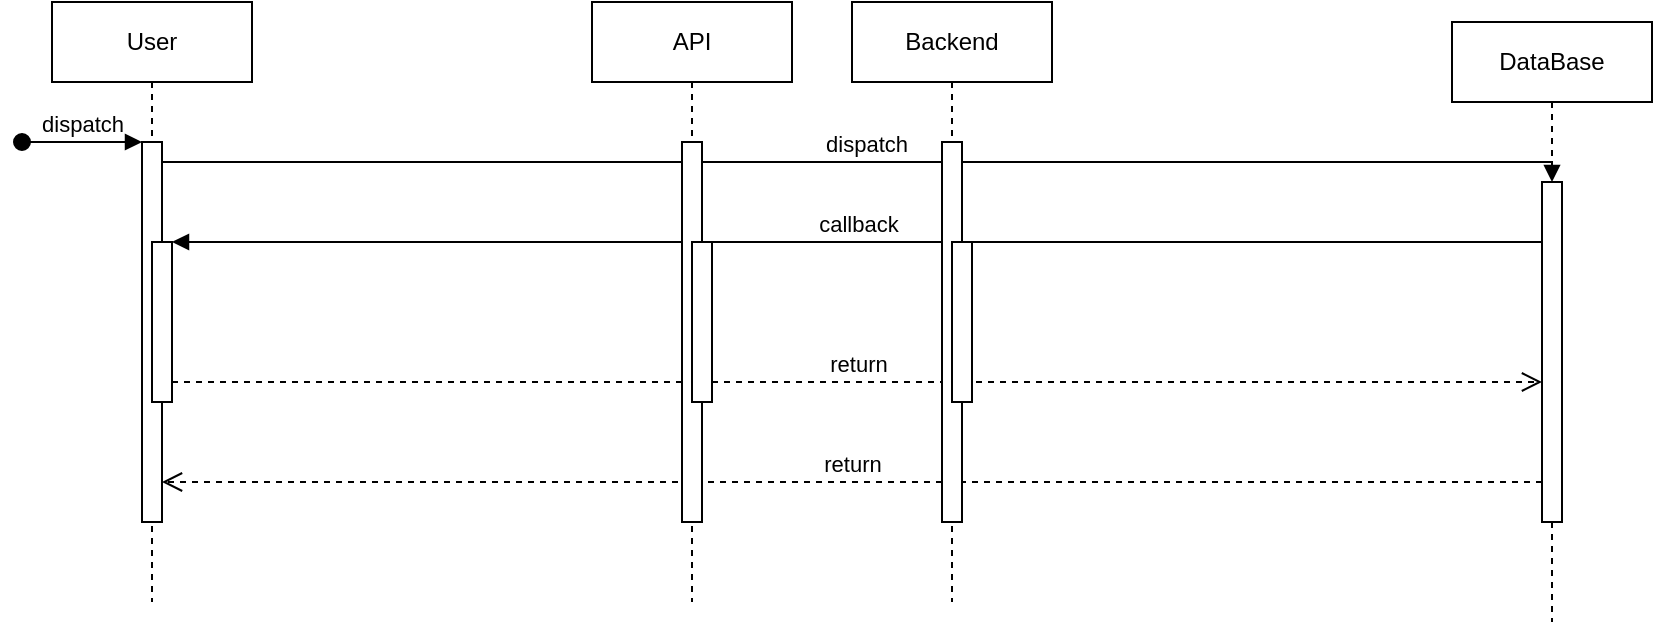
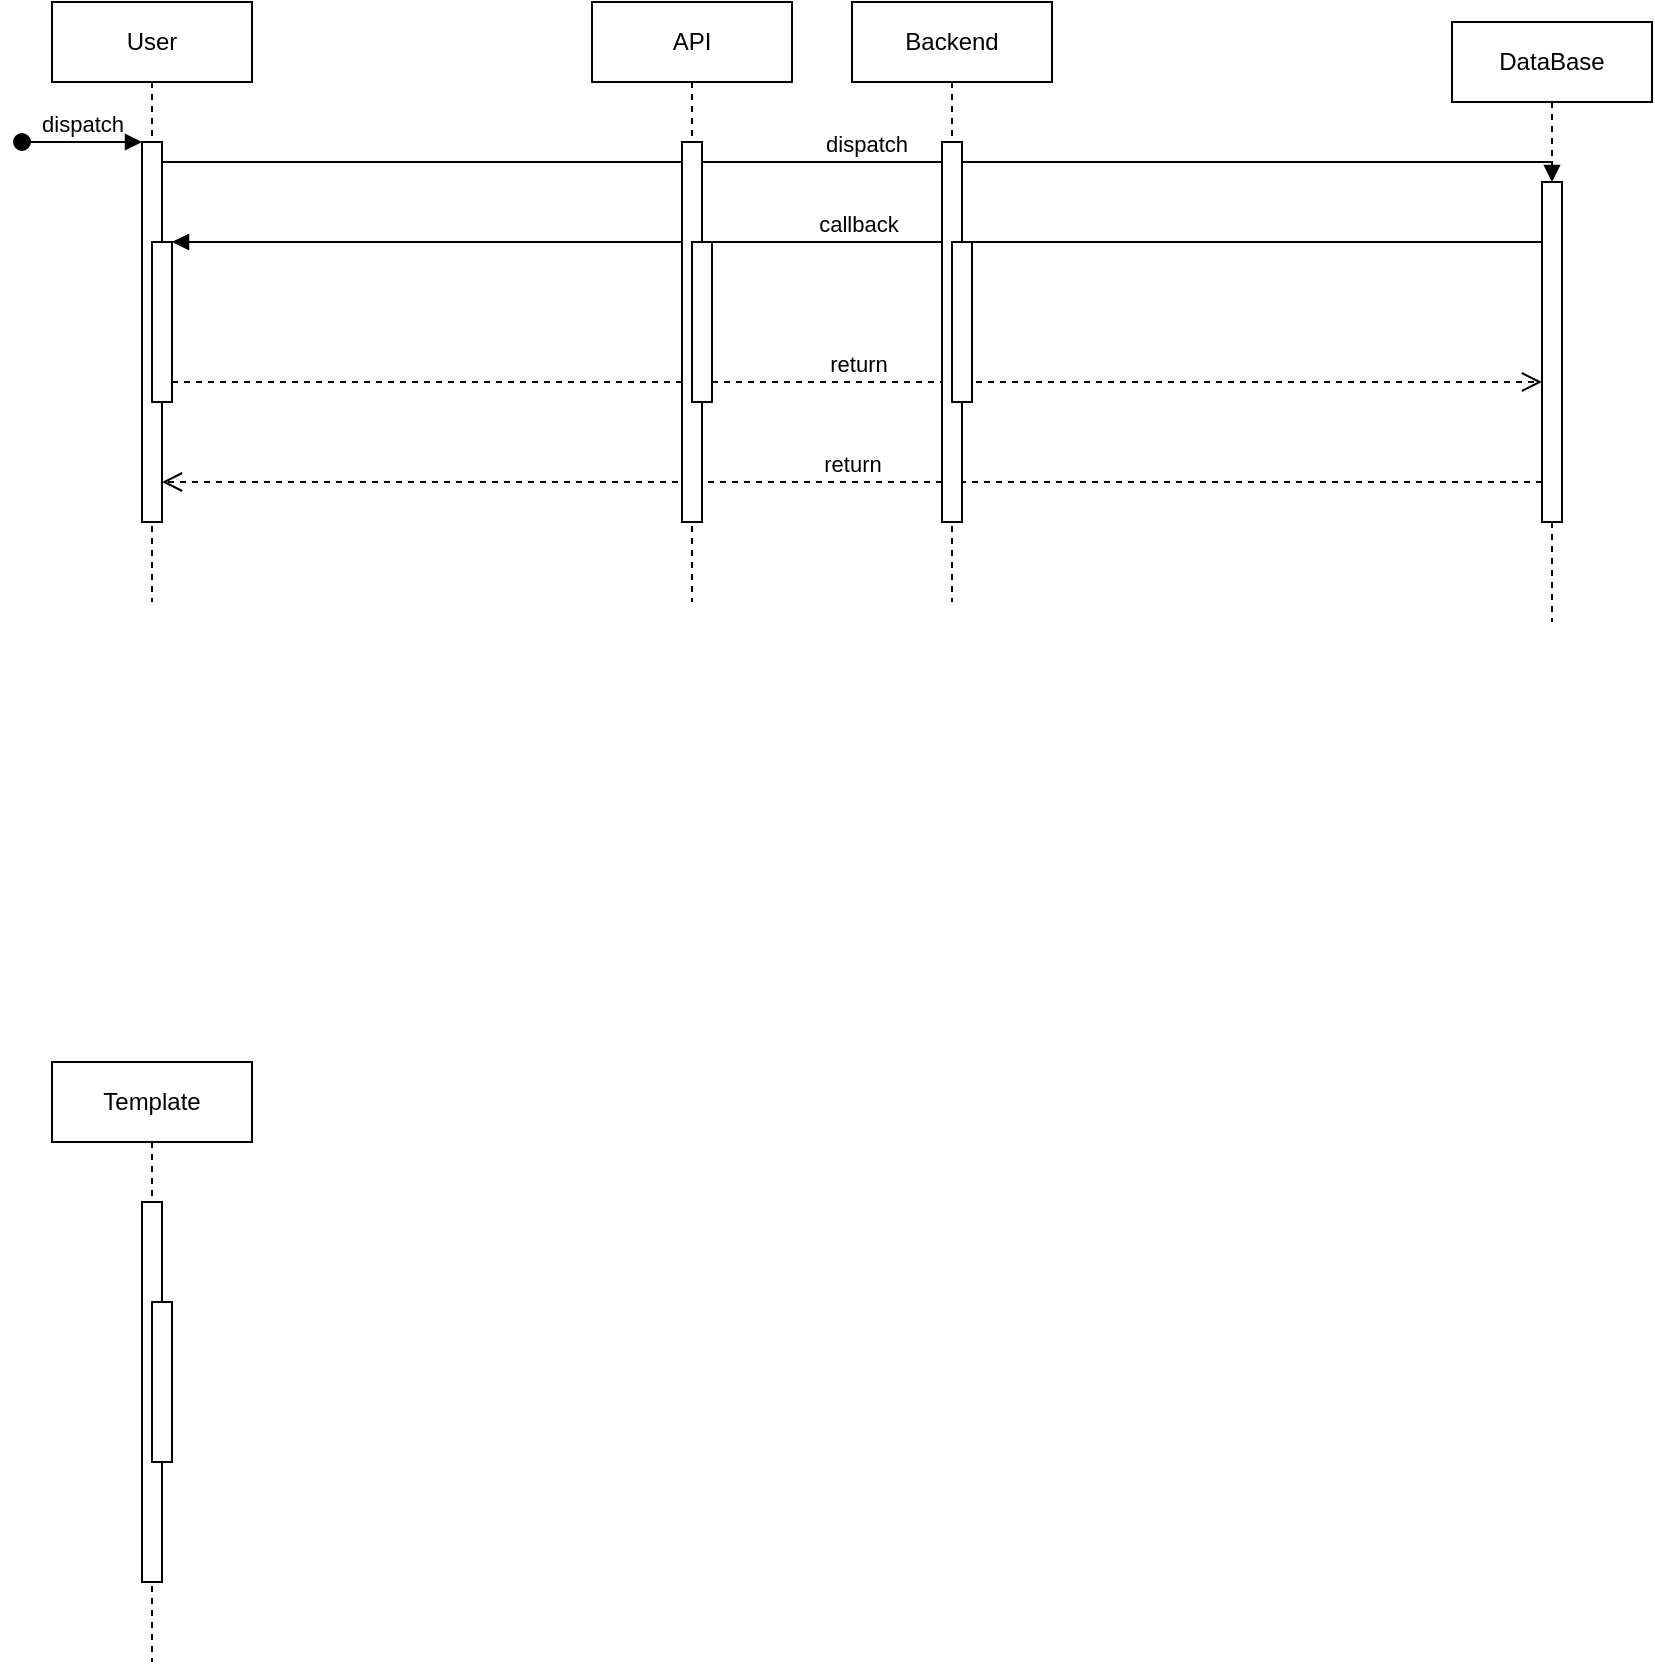
<mxfile host="app.diagrams.net" agent="5.0 (Macintosh; Intel Mac OS X 10_15_7) AppleWebKit/537.36 (KHTML, like Gecko) Chrome/109.0.0.0 Safari/537.36">
  <diagram name="Page-1" id="2YBvvXClWsGukQMizWep">
    <mxGraphModel dx="1174" dy="429" grid="1" gridSize="10" guides="1" tooltips="1" connect="1" arrows="1" fold="1" page="1" pageScale="1" pageWidth="850" pageHeight="1100" math="0" shadow="0">
      <root>
        <mxCell id="0" />
        <mxCell id="1" parent="0" />
        <mxCell id="aM9ryv3xv72pqoxQDRHE-1" parent="1" style="shape=umlLifeline;perimeter=lifelinePerimeter;whiteSpace=wrap;html=1;container=0;dropTarget=0;collapsible=0;recursiveResize=0;outlineConnect=0;portConstraint=eastwest;newEdgeStyle={&quot;edgeStyle&quot;:&quot;elbowEdgeStyle&quot;,&quot;elbow&quot;:&quot;vertical&quot;,&quot;curved&quot;:0,&quot;rounded&quot;:0};" value="User" vertex="1">
          <mxGeometry height="300" width="100" x="40" y="40" as="geometry" />
        </mxCell>
        <mxCell id="aM9ryv3xv72pqoxQDRHE-2" parent="aM9ryv3xv72pqoxQDRHE-1" style="html=1;points=[];perimeter=orthogonalPerimeter;outlineConnect=0;targetShapes=umlLifeline;portConstraint=eastwest;newEdgeStyle={&quot;edgeStyle&quot;:&quot;elbowEdgeStyle&quot;,&quot;elbow&quot;:&quot;vertical&quot;,&quot;curved&quot;:0,&quot;rounded&quot;:0};" value="" vertex="1">
          <mxGeometry height="190" width="10" x="45" y="70" as="geometry" />
        </mxCell>
        <mxCell id="aM9ryv3xv72pqoxQDRHE-3" edge="1" parent="aM9ryv3xv72pqoxQDRHE-1" style="html=1;verticalAlign=bottom;startArrow=oval;endArrow=block;startSize=8;edgeStyle=elbowEdgeStyle;elbow=vertical;curved=0;rounded=0;" target="aM9ryv3xv72pqoxQDRHE-2" value="dispatch">
          <mxGeometry relative="1" as="geometry">
            <mxPoint x="-15" y="70" as="sourcePoint" />
          </mxGeometry>
        </mxCell>
        <mxCell id="aM9ryv3xv72pqoxQDRHE-4" parent="aM9ryv3xv72pqoxQDRHE-1" style="html=1;points=[];perimeter=orthogonalPerimeter;outlineConnect=0;targetShapes=umlLifeline;portConstraint=eastwest;newEdgeStyle={&quot;edgeStyle&quot;:&quot;elbowEdgeStyle&quot;,&quot;elbow&quot;:&quot;vertical&quot;,&quot;curved&quot;:0,&quot;rounded&quot;:0};" value="" vertex="1">
          <mxGeometry height="80" width="10" x="50" y="120" as="geometry" />
        </mxCell>
        <mxCell id="aM9ryv3xv72pqoxQDRHE-5" parent="1" style="shape=umlLifeline;perimeter=lifelinePerimeter;whiteSpace=wrap;html=1;container=0;dropTarget=0;collapsible=0;recursiveResize=0;outlineConnect=0;portConstraint=eastwest;newEdgeStyle={&quot;edgeStyle&quot;:&quot;elbowEdgeStyle&quot;,&quot;elbow&quot;:&quot;vertical&quot;,&quot;curved&quot;:0,&quot;rounded&quot;:0};" value="DataBase" vertex="1">
          <mxGeometry height="300" width="100" x="740" y="50" as="geometry" />
        </mxCell>
        <mxCell id="aM9ryv3xv72pqoxQDRHE-6" parent="aM9ryv3xv72pqoxQDRHE-5" style="html=1;points=[];perimeter=orthogonalPerimeter;outlineConnect=0;targetShapes=umlLifeline;portConstraint=eastwest;newEdgeStyle={&quot;edgeStyle&quot;:&quot;elbowEdgeStyle&quot;,&quot;elbow&quot;:&quot;vertical&quot;,&quot;curved&quot;:0,&quot;rounded&quot;:0};" value="" vertex="1">
          <mxGeometry height="170" width="10" x="45" y="80" as="geometry" />
        </mxCell>
        <mxCell id="aM9ryv3xv72pqoxQDRHE-7" edge="1" parent="1" source="aM9ryv3xv72pqoxQDRHE-2" style="html=1;verticalAlign=bottom;endArrow=block;edgeStyle=elbowEdgeStyle;elbow=vertical;curved=0;rounded=0;" target="aM9ryv3xv72pqoxQDRHE-6" value="dispatch">
          <mxGeometry relative="1" as="geometry">
            <Array as="points">
              <mxPoint x="180" y="120" />
            </Array>
            <mxPoint x="195" y="130" as="sourcePoint" />
          </mxGeometry>
        </mxCell>
        <mxCell id="aM9ryv3xv72pqoxQDRHE-8" edge="1" parent="1" source="aM9ryv3xv72pqoxQDRHE-6" style="html=1;verticalAlign=bottom;endArrow=open;dashed=1;endSize=8;edgeStyle=elbowEdgeStyle;elbow=vertical;curved=0;rounded=0;" target="aM9ryv3xv72pqoxQDRHE-2" value="return">
          <mxGeometry relative="1" as="geometry">
            <Array as="points">
              <mxPoint x="190" y="280" />
            </Array>
            <mxPoint x="195" y="205" as="targetPoint" />
          </mxGeometry>
        </mxCell>
        <mxCell id="aM9ryv3xv72pqoxQDRHE-9" edge="1" parent="1" source="aM9ryv3xv72pqoxQDRHE-6" style="html=1;verticalAlign=bottom;endArrow=block;edgeStyle=elbowEdgeStyle;elbow=vertical;curved=0;rounded=0;" target="aM9ryv3xv72pqoxQDRHE-4" value="callback">
          <mxGeometry relative="1" as="geometry">
            <Array as="points">
              <mxPoint x="190" y="160" />
            </Array>
            <mxPoint x="175" y="160" as="sourcePoint" />
          </mxGeometry>
        </mxCell>
        <mxCell id="aM9ryv3xv72pqoxQDRHE-10" edge="1" parent="1" source="aM9ryv3xv72pqoxQDRHE-4" style="html=1;verticalAlign=bottom;endArrow=open;dashed=1;endSize=8;edgeStyle=elbowEdgeStyle;elbow=vertical;curved=0;rounded=0;" target="aM9ryv3xv72pqoxQDRHE-6" value="return">
          <mxGeometry relative="1" as="geometry">
            <Array as="points">
              <mxPoint x="180" y="230" />
            </Array>
            <mxPoint x="175" y="235" as="targetPoint" />
          </mxGeometry>
        </mxCell>
        <mxCell id="7Z1T8ZwHcXeBXznP6D7j-5" parent="1" style="shape=umlLifeline;perimeter=lifelinePerimeter;whiteSpace=wrap;html=1;container=0;dropTarget=0;collapsible=0;recursiveResize=0;outlineConnect=0;portConstraint=eastwest;newEdgeStyle={&quot;edgeStyle&quot;:&quot;elbowEdgeStyle&quot;,&quot;elbow&quot;:&quot;vertical&quot;,&quot;curved&quot;:0,&quot;rounded&quot;:0};" value="API" vertex="1">
          <mxGeometry height="300" width="100" x="310" y="40" as="geometry" />
        </mxCell>
        <mxCell id="7Z1T8ZwHcXeBXznP6D7j-6" parent="7Z1T8ZwHcXeBXznP6D7j-5" style="html=1;points=[];perimeter=orthogonalPerimeter;outlineConnect=0;targetShapes=umlLifeline;portConstraint=eastwest;newEdgeStyle={&quot;edgeStyle&quot;:&quot;elbowEdgeStyle&quot;,&quot;elbow&quot;:&quot;vertical&quot;,&quot;curved&quot;:0,&quot;rounded&quot;:0};" value="" vertex="1">
          <mxGeometry height="190" width="10" x="45" y="70" as="geometry" />
        </mxCell>
        <mxCell id="7Z1T8ZwHcXeBXznP6D7j-8" parent="7Z1T8ZwHcXeBXznP6D7j-5" style="html=1;points=[];perimeter=orthogonalPerimeter;outlineConnect=0;targetShapes=umlLifeline;portConstraint=eastwest;newEdgeStyle={&quot;edgeStyle&quot;:&quot;elbowEdgeStyle&quot;,&quot;elbow&quot;:&quot;vertical&quot;,&quot;curved&quot;:0,&quot;rounded&quot;:0};" value="" vertex="1">
          <mxGeometry height="80" width="10" x="50" y="120" as="geometry" />
        </mxCell>
        <mxCell id="7Z1T8ZwHcXeBXznP6D7j-9" parent="1" style="shape=umlLifeline;perimeter=lifelinePerimeter;whiteSpace=wrap;html=1;container=0;dropTarget=0;collapsible=0;recursiveResize=0;outlineConnect=0;portConstraint=eastwest;newEdgeStyle={&quot;edgeStyle&quot;:&quot;elbowEdgeStyle&quot;,&quot;elbow&quot;:&quot;vertical&quot;,&quot;curved&quot;:0,&quot;rounded&quot;:0};" value="&lt;div&gt;Backend&lt;/div&gt;" vertex="1">
          <mxGeometry height="300" width="100" x="440" y="40" as="geometry" />
        </mxCell>
        <mxCell id="7Z1T8ZwHcXeBXznP6D7j-10" parent="7Z1T8ZwHcXeBXznP6D7j-9" style="html=1;points=[];perimeter=orthogonalPerimeter;outlineConnect=0;targetShapes=umlLifeline;portConstraint=eastwest;newEdgeStyle={&quot;edgeStyle&quot;:&quot;elbowEdgeStyle&quot;,&quot;elbow&quot;:&quot;vertical&quot;,&quot;curved&quot;:0,&quot;rounded&quot;:0};" value="" vertex="1">
          <mxGeometry height="190" width="10" x="45" y="70" as="geometry" />
        </mxCell>
        <mxCell id="7Z1T8ZwHcXeBXznP6D7j-11" parent="7Z1T8ZwHcXeBXznP6D7j-9" style="html=1;points=[];perimeter=orthogonalPerimeter;outlineConnect=0;targetShapes=umlLifeline;portConstraint=eastwest;newEdgeStyle={&quot;edgeStyle&quot;:&quot;elbowEdgeStyle&quot;,&quot;elbow&quot;:&quot;vertical&quot;,&quot;curved&quot;:0,&quot;rounded&quot;:0};" value="" vertex="1">
          <mxGeometry height="80" width="10" x="50" y="120" as="geometry" />
        </mxCell>
+         <mxCell id="7Z1T8ZwHcXeBXznP6D7j-12" parent="1" style="shape=umlLifeline;perimeter=lifelinePerimeter;whiteSpace=wrap;html=1;container=0;dropTarget=0;collapsible=0;recursiveResize=0;outlineConnect=0;portConstraint=eastwest;newEdgeStyle={&quot;edgeStyle&quot;:&quot;elbowEdgeStyle&quot;,&quot;elbow&quot;:&quot;vertical&quot;,&quot;curved&quot;:0,&quot;rounded&quot;:0};" value="Template" vertex="1">
+           <mxGeometry height="300" width="100" x="40" y="570" as="geometry" />
+         </mxCell>
+         <mxCell id="7Z1T8ZwHcXeBXznP6D7j-13" parent="7Z1T8ZwHcXeBXznP6D7j-12" style="html=1;points=[];perimeter=orthogonalPerimeter;outlineConnect=0;targetShapes=umlLifeline;portConstraint=eastwest;newEdgeStyle={&quot;edgeStyle&quot;:&quot;elbowEdgeStyle&quot;,&quot;elbow&quot;:&quot;vertical&quot;,&quot;curved&quot;:0,&quot;rounded&quot;:0};" value="" vertex="1">
+           <mxGeometry height="190" width="10" x="45" y="70" as="geometry" />
+         </mxCell>
+         <mxCell id="7Z1T8ZwHcXeBXznP6D7j-14" parent="7Z1T8ZwHcXeBXznP6D7j-12" style="html=1;points=[];perimeter=orthogonalPerimeter;outlineConnect=0;targetShapes=umlLifeline;portConstraint=eastwest;newEdgeStyle={&quot;edgeStyle&quot;:&quot;elbowEdgeStyle&quot;,&quot;elbow&quot;:&quot;vertical&quot;,&quot;curved&quot;:0,&quot;rounded&quot;:0};" value="" vertex="1">
+           <mxGeometry height="80" width="10" x="50" y="120" as="geometry" />
+         </mxCell>
      </root>
    </mxGraphModel>
  </diagram>
</mxfile>
